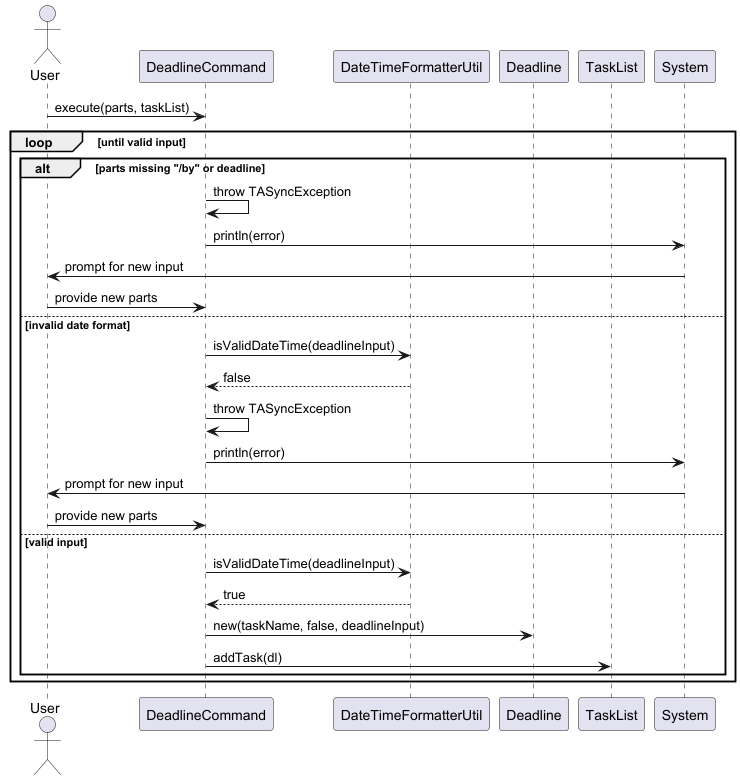
Above: docs/diagrams/tasklistcommands/DeadlineCommandSequenceDiagram.png in wongyihao02/tp (PlantUML), before the change.
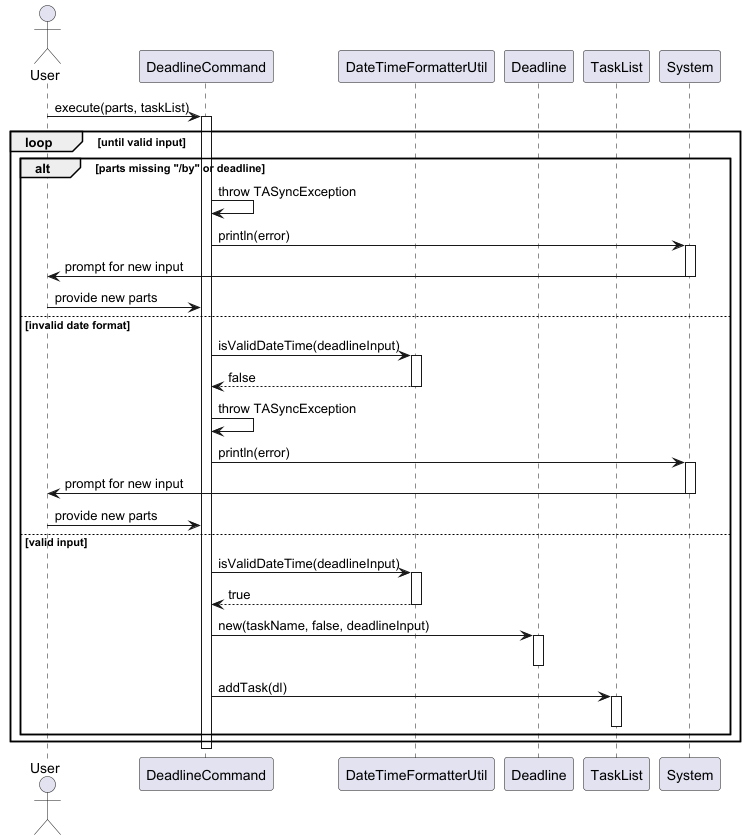
After the commit.

The edit, as a diff of the source:
```diff
@@ -9,26 +9,43 @@
 participant "System" as Console
 
 User -> DeadlineCmd : execute(parts, taskList)
+activate DeadlineCmd
 
 loop until valid input
     alt parts missing "/by" or deadline
         DeadlineCmd -> DeadlineCmd : throw TASyncException
         DeadlineCmd -> Console : println(error)
+        activate Console
         Console -> User : prompt for new input
+        deactivate Console
         User -> DeadlineCmd : provide new parts
     else invalid date format
         DeadlineCmd -> Formatter : isValidDateTime(deadlineInput)
+        activate Formatter
         Formatter --> DeadlineCmd : false
+        deactivate Formatter
+
         DeadlineCmd -> DeadlineCmd : throw TASyncException
         DeadlineCmd -> Console : println(error)
+        activate Console
         Console -> User : prompt for new input
+        deactivate Console
         User -> DeadlineCmd : provide new parts
     else valid input
         DeadlineCmd -> Formatter : isValidDateTime(deadlineInput)
+        activate Formatter
         Formatter --> DeadlineCmd : true
+        deactivate Formatter
+
         DeadlineCmd -> Deadline : new(taskName, false, deadlineInput)
+        activate Deadline
+        deactivate Deadline
+
         DeadlineCmd -> TaskList : addTask(dl)
+        activate TaskList
+        deactivate TaskList
     end
 end
 
+deactivate DeadlineCmd
 @enduml
```
